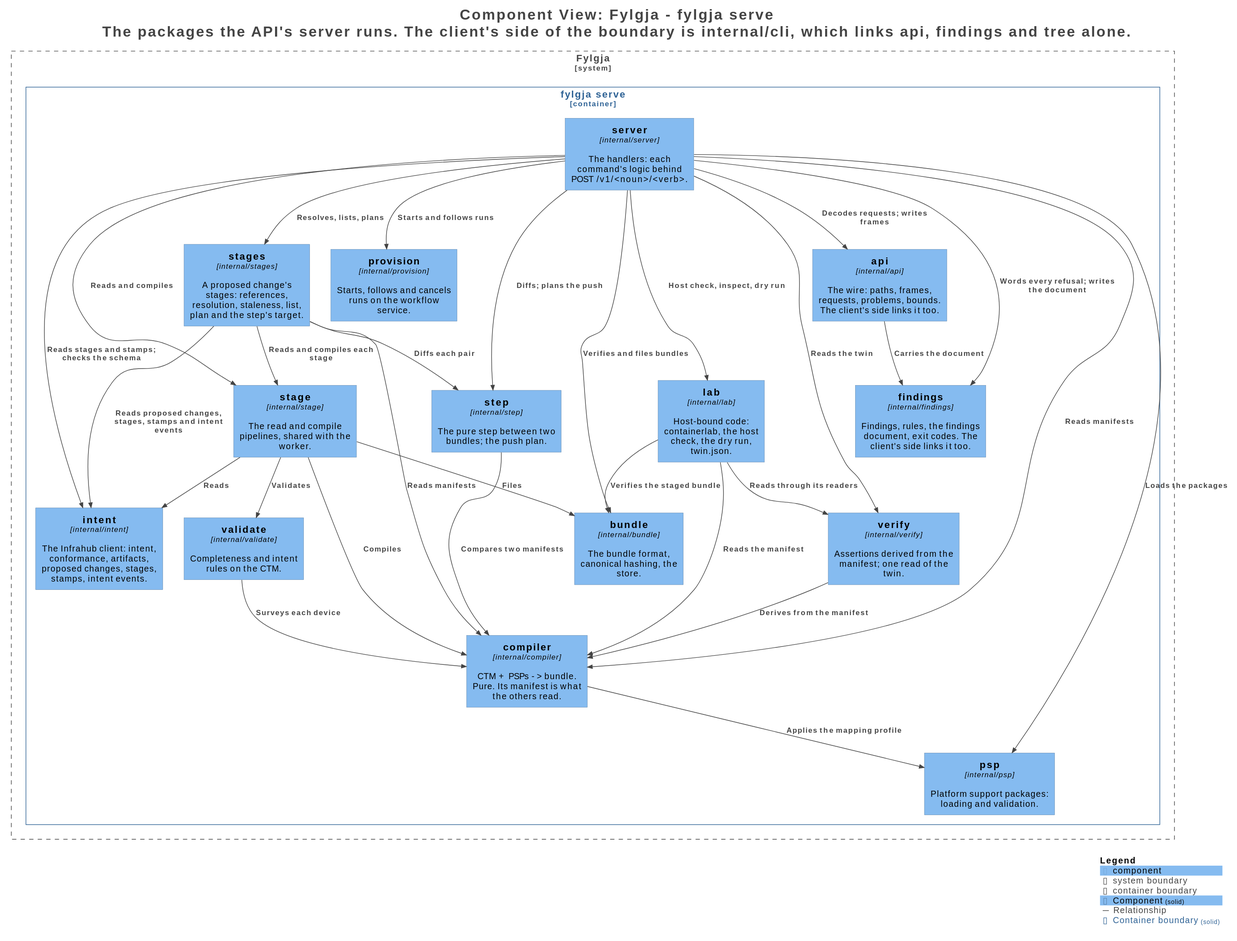
This is docs/c4/structurizr-ServerComponents.svg from happypathnetworking/fylgja, a PlantUML export, as it was before one commit.
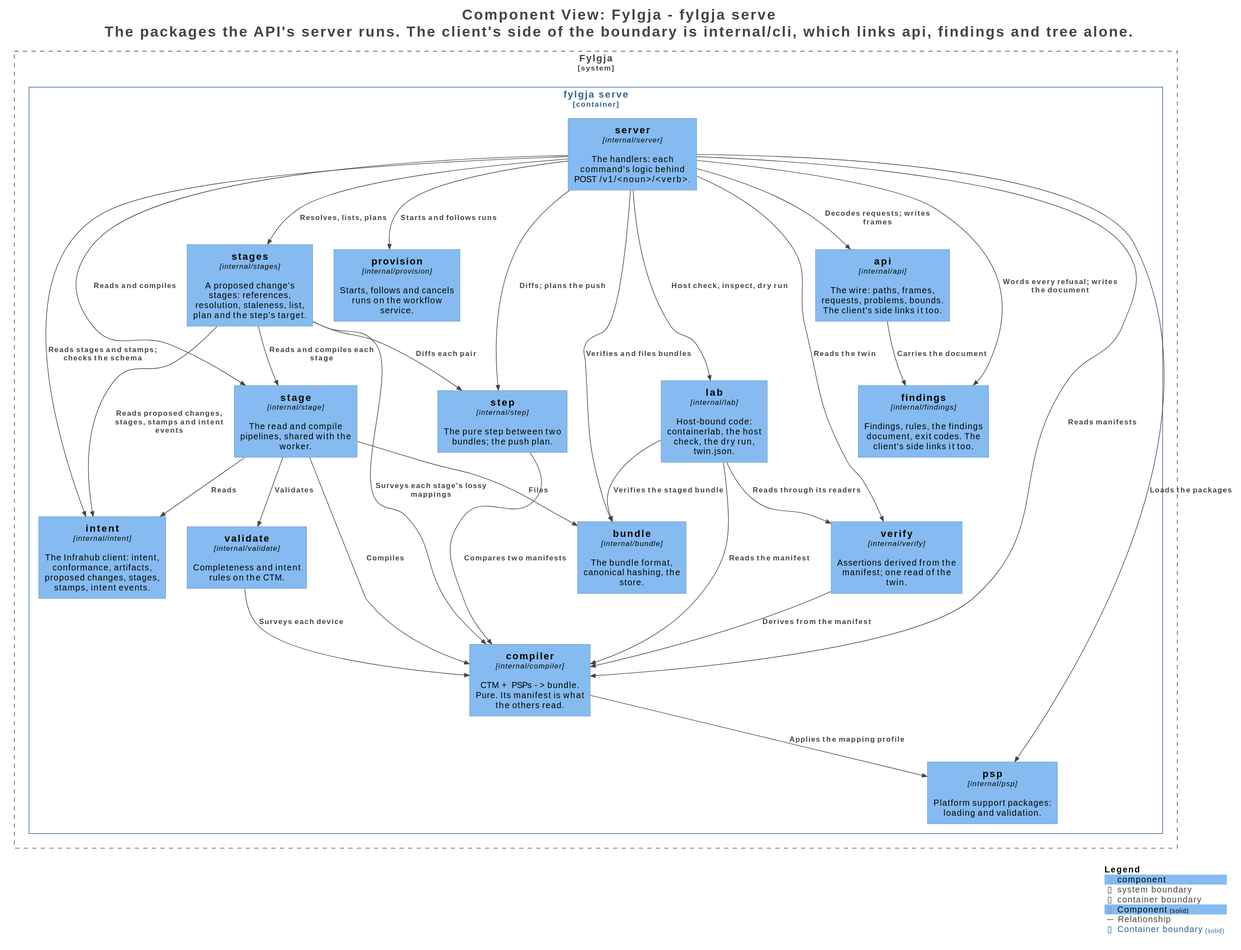
After the commit.

Commit message:
docs: a narrowed tier 3 takes about 11 minutes; stages surveys the compiler

The edit, as a diff of the source:
```diff
@@ -57,7 +57,7 @@
 Rel(Fylgja.fylgjaserve.stages, Fylgja.fylgjaserve.stage, "Reads and compiles each stage", $techn="", $tags="Relationship", $link="")
 Rel(Fylgja.fylgjaserve.stages, Fylgja.fylgjaserve.intent, "Reads proposed changes, stages, stamps and intent events", $techn="", $tags="Relationship", $link="")
 Rel(Fylgja.fylgjaserve.stages, Fylgja.fylgjaserve.step, "Diffs each pair", $techn="", $tags="Relationship", $link="")
-Rel(Fylgja.fylgjaserve.stages, Fylgja.fylgjaserve.compiler, "Reads manifests", $techn="", $tags="Relationship", $link="")
+Rel(Fylgja.fylgjaserve.stages, Fylgja.fylgjaserve.compiler, "Surveys each stage's lossy mappings", $techn="", $tags="Relationship", $link="")
 Rel(Fylgja.fylgjaserve.stage, Fylgja.fylgjaserve.intent, "Reads", $techn="", $tags="Relationship", $link="")
 Rel(Fylgja.fylgjaserve.stage, Fylgja.fylgjaserve.validate, "Validates", $techn="", $tags="Relationship", $link="")
 Rel(Fylgja.fylgjaserve.stage, Fylgja.fylgjaserve.compiler, "Compiles", $techn="", $tags="Relationship", $link="")
```
